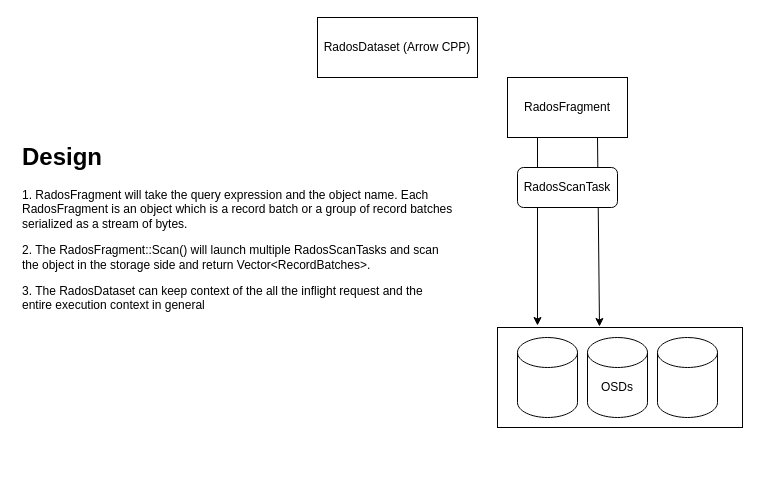
This is arrow-cls.drawio from JayjeetAtGithub/draw.io, a draw.io file, before an edit. Source tidied: cells renumbered, new cells numbered last; positions are measured from the earlier drawing's top-left corner, leaving out a move shared by most shapes. Both pictures are drawn from the tidied source at 100%, with x=0, y=0 at pixel (17, 17).
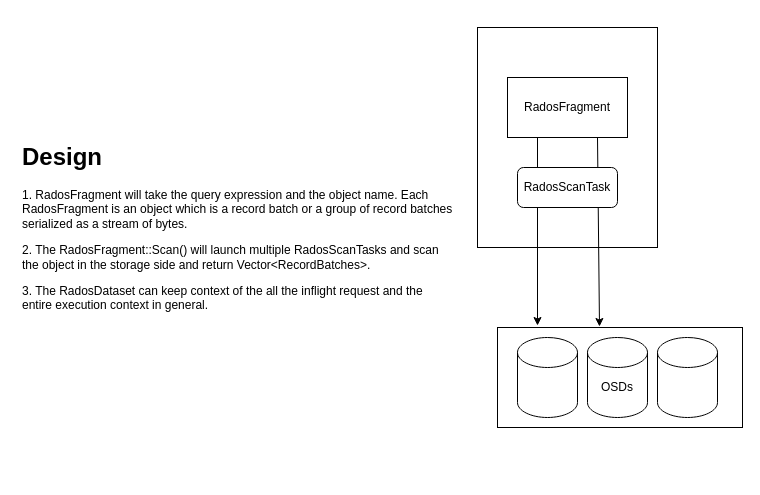
Above is the later version.

The edit, as a diff of the source:
```diff
@@
 <mxGraphModel>
   <root>
     <mxCell id="0" />
     <mxCell id="1" parent="0" />
+    <mxCell id="6" style="rounded=0;whiteSpace=wrap;html=1;" parent="1" vertex="1">
+      <mxGeometry x="460" y="10" width="180" height="220" as="geometry" />
+    </mxCell>
     <mxCell id="2" style="endArrow=classic;html=1;exitX=0.25;exitY=1;exitDx=0;exitDy=0;" parent="1" edge="1" source="7">
       <mxGeometry relative="1" as="geometry">
         <mxPoint x="520" y="308" as="targetPoint" />
       </mxGeometry>
     </mxCell>
     <mxCell id="3" style="endArrow=classic;html=1;exitX=0.75;exitY=1;exitDx=0;exitDy=0;" parent="1" edge="1" source="7">
       <mxGeometry relative="1" as="geometry">
         <mxPoint x="582" y="309" as="targetPoint" />
       </mxGeometry>
     </mxCell>
     <mxCell id="4" style="rounded=1;whiteSpace=wrap;html=1;" parent="1" vertex="1">
       <mxGeometry x="500" y="150" width="100" height="40" as="geometry" />
     </mxCell>
     <mxCell id="5" style="rounded=0;whiteSpace=wrap;html=1;" parent="1" vertex="1">
       <mxGeometry x="480" y="310" width="245" height="100" as="geometry" />
     </mxCell>
-    <mxCell id="6" value="RadosDataset (Arrow CPP)" style="rounded=0;whiteSpace=wrap;html=1;" parent="1" vertex="1">
-      <mxGeometry x="300" width="160" height="60" as="geometry" />
-    </mxCell>
     <mxCell id="7" value="RadosFragment" style="rounded=0;whiteSpace=wrap;html=1;" parent="1" vertex="1">
       <mxGeometry x="490" y="60" width="120" height="60" as="geometry" />
     </mxCell>
     <mxCell id="8" style="shape=cylinder2;whiteSpace=wrap;html=1;boundedLbl=1;backgroundOutline=1;size=15;" parent="1" vertex="1">
       <mxGeometry x="640" y="320" width="60" height="80" as="geometry" />
     </mxCell>
     <mxCell id="9" style="shape=cylinder2;whiteSpace=wrap;html=1;boundedLbl=1;backgroundOutline=1;size=15;" parent="1" vertex="1">
       <mxGeometry x="570" y="320" width="60" height="80" as="geometry" />
     </mxCell>
     <mxCell id="10" style="shape=cylinder2;whiteSpace=wrap;html=1;boundedLbl=1;backgroundOutline=1;size=15;" parent="1" vertex="1">
       <mxGeometry x="500" y="320" width="60" height="80" as="geometry" />
     </mxCell>
     <mxCell id="11" value="OSDs&lt;br&gt;" style="text;html=1;strokeColor=none;fillColor=none;align=center;verticalAlign=middle;whiteSpace=wrap;rounded=0;" parent="1" vertex="1">
       <mxGeometry x="580" y="360" width="40" height="20" as="geometry" />
     </mxCell>
     <mxCell id="12" value="RadosScanTask" style="text;html=1;strokeColor=none;fillColor=none;align=center;verticalAlign=middle;whiteSpace=wrap;rounded=0;" parent="1" vertex="1">
       <mxGeometry x="530" y="160" width="40" height="20" as="geometry" />
     </mxCell>
-    <mxCell id="13" value="&lt;h1&gt;Design&lt;/h1&gt;&lt;p&gt;1. RadosFragment will take the query expression and the object name. Each RadosFragment is an object which is a record batch or a group of record batches serialized as a stream of bytes.&lt;/p&gt;&lt;p&gt;2. The RadosFragment::Scan() will launch multiple RadosScanTasks and scan the object in the storage side and return Vector&amp;lt;RecordBatches&amp;gt;.&lt;/p&gt;&lt;p&gt;3. The RadosDataset can keep context of the all the inflight request and the entire execution context in general&lt;/p&gt;&lt;p&gt;&lt;br&gt;&lt;/p&gt;&lt;p&gt;&lt;br&gt;&lt;/p&gt;" style="text;html=1;strokeColor=none;fillColor=none;spacing=5;spacingTop=-20;whiteSpace=wrap;overflow=hidden;rounded=0;" parent="1" vertex="1">
+    <mxCell id="13" value="&lt;h1&gt;Design&lt;/h1&gt;&lt;p&gt;1. RadosFragment will take the query expression and the object name. Each RadosFragment is an object which is a record batch or a group of record batches serialized as a stream of bytes.&lt;/p&gt;&lt;p&gt;2. The RadosFragment::Scan() will launch multiple RadosScanTasks and scan the object in the storage side and return Vector&amp;lt;RecordBatches&amp;gt;.&lt;/p&gt;&lt;p&gt;3. The RadosDataset can keep context of the all the inflight request and the entire execution context in general.&lt;/p&gt;&lt;p&gt;&lt;br&gt;&lt;/p&gt;&lt;p&gt;&lt;br&gt;&lt;/p&gt;" style="text;html=1;strokeColor=none;fillColor=none;spacing=5;spacingTop=-20;whiteSpace=wrap;overflow=hidden;rounded=0;" parent="1" vertex="1">
       <mxGeometry y="120" width="440" height="340" as="geometry" />
     </mxCell>
+    <mxCell id="14" style="edgeStyle=orthogonalEdgeStyle;rounded=0;orthogonalLoop=1;jettySize=auto;html=1;exitX=0.5;exitY=1;exitDx=0;exitDy=0;" parent="1" edge="1" source="6" target="6">
+      <mxGeometry relative="1" as="geometry" />
+    </mxCell>
   </root>
 </mxGraphModel>
```
